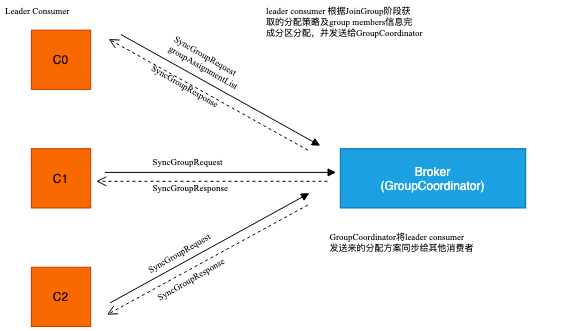
Above: com.guann1n9.diagrams/kakfa/sync group.png in GuanN1ng/diagrams (draw.io), before the change. Source tidied: cells renumbered, new cells last; positions are measured from the earlier drawing's top-left corner, leaving out a move shared by most shapes.
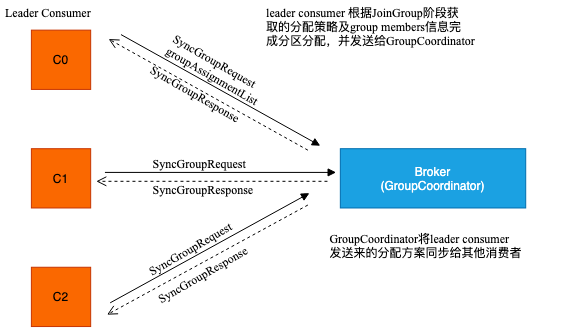
The same file after the commit.

Diff of the diagram source:
```diff
@@ -2,88 +2,88 @@
   <root>
     <mxCell id="0" />
     <mxCell id="1" parent="0" />
-    <mxCell id="2" value="C0" style="whiteSpace=wrap;html=1;fillColor=#fa6800;fontColor=#000000;strokeColor=#C73500;" parent="1" vertex="1">
+    <mxCell id="2" value="C0" style="whiteSpace=wrap;html=1;fillColor=#fa6800;fontColor=#000000;strokeColor=#C73500;fontSize=12;" parent="1" vertex="1">
       <mxGeometry x="30.9" y="29.6" width="59.3" height="59.3" as="geometry" />
     </mxCell>
-    <mxCell id="3" value="C1" style="whiteSpace=wrap;html=1;fillColor=#fa6800;fontColor=#000000;strokeColor=#C73500;" parent="1" vertex="1">
+    <mxCell id="3" value="C1" style="whiteSpace=wrap;html=1;fillColor=#fa6800;fontColor=#000000;strokeColor=#C73500;fontSize=12;" parent="1" vertex="1">
       <mxGeometry x="30.9" y="148.2" width="59.3" height="59.3" as="geometry" />
     </mxCell>
-    <mxCell id="4" value="C2" style="whiteSpace=wrap;html=1;fillColor=#fa6800;fontColor=#000000;strokeColor=#C73500;" parent="1" vertex="1">
+    <mxCell id="4" value="C2" style="whiteSpace=wrap;html=1;fillColor=#fa6800;fontColor=#000000;strokeColor=#C73500;fontSize=12;" parent="1" vertex="1">
       <mxGeometry x="30.9" y="266.8" width="59.3" height="59.3" as="geometry" />
     </mxCell>
-    <mxCell id="5" value="Broker&lt;br&gt;(GroupCoordinator)" style="rounded=0;whiteSpace=wrap;html=1;fillColor=#1ba1e2;fontColor=#ffffff;strokeColor=#006EAF;" parent="1" vertex="1">
+    <mxCell id="5" value="Broker&lt;br style=&quot;font-size: 12px;&quot;&gt;(GroupCoordinator)" style="rounded=0;whiteSpace=wrap;html=1;fillColor=#1ba1e2;fontColor=#ffffff;strokeColor=#006EAF;fontSize=12;" parent="1" vertex="1">
       <mxGeometry x="339.8" y="148.2" width="185.4" height="59.3" as="geometry" />
     </mxCell>
-    <mxCell id="6" value="GroupCoordinator将leader consumer&#10;发送来的分配方案同步给其他消费者" style="text;strokeColor=none;fillColor=none;spacingLeft=4;spacingRight=4;overflow=hidden;fontSize=9;rounded=0;glass=0;sketch=0;fontFamily=Times New Roman;opacity=90;spacing=1;" parent="1" vertex="1">
+    <mxCell id="6" value="GroupCoordinator将leader consumer&#10;发送来的分配方案同步给其他消费者" style="text;strokeColor=none;fillColor=none;spacingLeft=4;spacingRight=4;overflow=hidden;fontSize=12;rounded=0;glass=0;sketch=0;fontFamily=Times New Roman;opacity=90;spacing=1;" parent="1" vertex="1">
       <mxGeometry x="324.4" y="226" width="245.6" height="54.8" as="geometry" />
     </mxCell>
-    <mxCell id="7" value="Leader Consumer" style="text;strokeColor=none;fillColor=none;spacingLeft=4;spacingRight=4;overflow=hidden;fontSize=9;rounded=0;glass=0;sketch=0;fontFamily=Times New Roman;opacity=90;spacing=1;" parent="1" vertex="1">
+    <mxCell id="7" value="Leader Consumer" style="text;strokeColor=none;fillColor=none;spacingLeft=4;spacingRight=4;overflow=hidden;fontSize=12;rounded=0;glass=0;sketch=0;fontFamily=Times New Roman;opacity=90;spacing=1;" parent="1" vertex="1">
       <mxGeometry width="245.6" height="54.8" as="geometry" />
     </mxCell>
-    <mxCell id="8" value="leader consumer 根据JoinGroup阶段获&#10;取的分配策略及group members信息完&#10;成分区分配，并发送给GroupCoordinator" style="text;strokeColor=none;fillColor=none;spacingLeft=4;spacingRight=4;overflow=hidden;fontSize=9;rounded=0;glass=0;sketch=0;fontFamily=Times New Roman;opacity=90;spacing=1;" parent="1" vertex="1">
+    <mxCell id="8" value="leader consumer 根据JoinGroup阶段获&#10;取的分配策略及group members信息完&#10;成分区分配，并发送给GroupCoordinator" style="text;strokeColor=none;fillColor=none;spacingLeft=4;spacingRight=4;overflow=hidden;fontSize=12;rounded=0;glass=0;sketch=0;fontFamily=Times New Roman;opacity=90;spacing=1;" parent="1" vertex="1">
       <mxGeometry x="261.1" width="308.9" height="54.8" as="geometry" />
     </mxCell>
-    <mxCell id="9" style="group;rotation=30;" parent="1" vertex="1">
+    <mxCell id="9" style="group;rotation=30;fontSize=12;" parent="1" vertex="1">
       <mxGeometry x="94.2" y="87.4" width="239.9" height="8.9" as="geometry" />
     </mxCell>
-    <mxCell id="10" style="html=1;verticalAlign=bottom;endArrow=block;rounded=0;fontFamily=Georgia;fontSize=1;" parent="9" edge="1">
+    <mxCell id="10" style="html=1;verticalAlign=bottom;endArrow=block;rounded=0;fontFamily=Georgia;fontSize=12;" parent="9" edge="1">
       <mxGeometry relative="1" as="geometry">
         <mxPoint x="26.3" y="-53.4" as="sourcePoint" />
         <mxPoint x="225.5" y="57.8" as="targetPoint" />
       </mxGeometry>
     </mxCell>
-    <mxCell id="11" style="html=1;verticalAlign=bottom;endArrow=open;dashed=1;endSize=8;rounded=0;fontFamily=Georgia;fontSize=1;" parent="9" edge="1">
+    <mxCell id="11" style="html=1;verticalAlign=bottom;endArrow=open;dashed=1;endSize=8;rounded=0;fontFamily=Georgia;fontSize=12;" parent="9" edge="1">
       <mxGeometry x="-0.05" y="-7" relative="1" as="geometry">
         <mxPoint x="213.2" y="62.2" as="sourcePoint" />
         <mxPoint x="13.9" y="-48.9" as="targetPoint" />
       </mxGeometry>
     </mxCell>
-    <mxCell id="12" value="SyncGroupRequest &#10;groupAssignmentList" style="text;strokeColor=none;fillColor=none;spacingLeft=4;spacingRight=4;overflow=hidden;fontSize=9;rounded=0;glass=0;sketch=0;fontFamily=Times New Roman;opacity=90;spacing=1;rotation=30;" parent="1" vertex="1">
-      <mxGeometry x="150.6" y="76.2" width="210.9" height="44.5" as="geometry" />
+    <mxCell id="12" value="SyncGroupRequest &#10;groupAssignmentList" style="text;strokeColor=none;fillColor=none;spacingLeft=4;spacingRight=4;overflow=hidden;fontSize=12;rounded=0;glass=0;sketch=0;fontFamily=Times New Roman;opacity=90;spacing=1;rotation=30;" parent="1" vertex="1">
+      <mxGeometry x="150.6" y="74.2" width="210.9" height="44.5" as="geometry" />
     </mxCell>
-    <mxCell id="13" value="SyncGroupResponse" style="text;strokeColor=none;fillColor=none;spacingLeft=4;spacingRight=4;overflow=hidden;fontSize=9;rounded=0;glass=0;sketch=0;fontFamily=Times New Roman;opacity=90;spacing=1;rotation=30;" parent="1" vertex="1">
+    <mxCell id="13" value="SyncGroupResponse" style="text;strokeColor=none;fillColor=none;spacingLeft=4;spacingRight=4;overflow=hidden;fontSize=12;rounded=0;glass=0;sketch=0;fontFamily=Times New Roman;opacity=90;spacing=1;rotation=30;" parent="1" vertex="1">
       <mxGeometry x="127.8" y="105.2" width="210.9" height="44.5" as="geometry" />
     </mxCell>
-    <mxCell id="14" style="group;rotation=-30;" parent="1" vertex="1">
+    <mxCell id="14" style="group;rotation=-30;fontSize=12;" parent="1" vertex="1">
       <mxGeometry x="88" y="249" width="239.9" height="8.9" as="geometry" />
     </mxCell>
-    <mxCell id="15" style="html=1;verticalAlign=bottom;endArrow=block;rounded=0;fontFamily=Georgia;fontSize=1;" parent="14" edge="1">
+    <mxCell id="15" style="html=1;verticalAlign=bottom;endArrow=block;rounded=0;fontFamily=Georgia;fontSize=12;" parent="14" edge="1">
       <mxGeometry relative="1" as="geometry">
         <mxPoint x="21.6" y="53.4" as="sourcePoint" />
         <mxPoint x="220.9" y="-56.3" as="targetPoint" />
       </mxGeometry>
     </mxCell>
-    <mxCell id="16" style="html=1;verticalAlign=bottom;endArrow=open;dashed=1;endSize=8;rounded=0;fontFamily=Georgia;fontSize=1;" parent="14" edge="1">
+    <mxCell id="16" style="html=1;verticalAlign=bottom;endArrow=open;dashed=1;endSize=8;rounded=0;fontFamily=Georgia;fontSize=12;" parent="14" edge="1">
       <mxGeometry x="-0.05" y="-7" relative="1" as="geometry">
         <mxPoint x="219.3" y="-44.5" as="sourcePoint" />
         <mxPoint x="18.5" y="65.2" as="targetPoint" />
       </mxGeometry>
     </mxCell>
-    <mxCell id="17" value="SyncGroupRequest" style="text;strokeColor=none;fillColor=none;spacingLeft=4;spacingRight=4;overflow=hidden;fontSize=9;rounded=0;glass=0;sketch=0;fontFamily=Times New Roman;opacity=90;spacing=1;rotation=-30;" parent="1" vertex="1">
+    <mxCell id="17" value="SyncGroupRequest" style="text;strokeColor=none;fillColor=none;spacingLeft=4;spacingRight=4;overflow=hidden;fontSize=12;rounded=0;glass=0;sketch=0;fontFamily=Times New Roman;opacity=90;spacing=1;rotation=-30;" parent="1" vertex="1">
       <mxGeometry x="136.3" y="207.5" width="210.9" height="44.5" as="geometry" />
     </mxCell>
-    <mxCell id="18" value="SyncGroupResponse" style="text;strokeColor=none;fillColor=none;spacingLeft=4;spacingRight=4;overflow=hidden;fontSize=9;rounded=0;glass=0;sketch=0;fontFamily=Times New Roman;opacity=90;spacing=1;rotation=-30;" parent="1" vertex="1">
+    <mxCell id="18" value="SyncGroupResponse" style="text;strokeColor=none;fillColor=none;spacingLeft=4;spacingRight=4;overflow=hidden;fontSize=12;rounded=0;glass=0;sketch=0;fontFamily=Times New Roman;opacity=90;spacing=1;rotation=-30;" parent="1" vertex="1">
       <mxGeometry x="145.7" y="235.2" width="210.9" height="44.5" as="geometry" />
     </mxCell>
-    <mxCell id="19" style="group;" parent="1" vertex="1">
+    <mxCell id="19" style="group;fontSize=12;" parent="1" vertex="1">
       <mxGeometry x="95.8" y="171.9" width="239.9" height="8.9" as="geometry" />
     </mxCell>
-    <mxCell id="20" style="html=1;verticalAlign=bottom;endArrow=block;rounded=0;fontFamily=Georgia;fontSize=1;" parent="19" edge="1">
+    <mxCell id="20" style="html=1;verticalAlign=bottom;endArrow=block;rounded=0;fontFamily=Georgia;fontSize=12;" parent="19" edge="1">
       <mxGeometry relative="1" as="geometry">
         <mxPoint x="8.7" as="sourcePoint" />
         <mxPoint x="239.9" as="targetPoint" />
       </mxGeometry>
     </mxCell>
-    <mxCell id="21" style="html=1;verticalAlign=bottom;endArrow=open;dashed=1;endSize=8;rounded=0;fontFamily=Georgia;fontSize=1;" parent="19" edge="1">
+    <mxCell id="21" style="html=1;verticalAlign=bottom;endArrow=open;dashed=1;endSize=8;rounded=0;fontFamily=Georgia;fontSize=12;" parent="19" edge="1">
       <mxGeometry x="-0.05" y="-7" relative="1" as="geometry">
         <mxPoint x="231.2" y="8.9" as="sourcePoint" />
         <mxPoint y="8.9" as="targetPoint" />
       </mxGeometry>
     </mxCell>
-    <mxCell id="22" value="SyncGroupRequest" style="text;strokeColor=none;fillColor=none;spacingLeft=4;spacingRight=4;overflow=hidden;fontSize=9;rounded=0;glass=0;sketch=0;fontFamily=Times New Roman;opacity=90;spacing=1;" parent="1" vertex="1">
+    <mxCell id="22" value="SyncGroupRequest" style="text;strokeColor=none;fillColor=none;spacingLeft=4;spacingRight=4;overflow=hidden;fontSize=12;rounded=0;glass=0;sketch=0;fontFamily=Times New Roman;opacity=90;spacing=1;" parent="1" vertex="1">
       <mxGeometry x="147.5" y="150.7" width="210.9" height="44.5" as="geometry" />
     </mxCell>
-    <mxCell id="23" value="SyncGroupResponse" style="text;strokeColor=none;fillColor=none;spacingLeft=4;spacingRight=4;overflow=hidden;fontSize=9;rounded=0;glass=0;sketch=0;fontFamily=Times New Roman;opacity=90;spacing=1;" parent="1" vertex="1">
+    <mxCell id="23" value="SyncGroupResponse" style="text;strokeColor=none;fillColor=none;spacingLeft=4;spacingRight=4;overflow=hidden;fontSize=12;rounded=0;glass=0;sketch=0;fontFamily=Times New Roman;opacity=90;spacing=1;" parent="1" vertex="1">
       <mxGeometry x="147.5" y="177.4" width="210.9" height="44.5" as="geometry" />
     </mxCell>
   </root>
```
